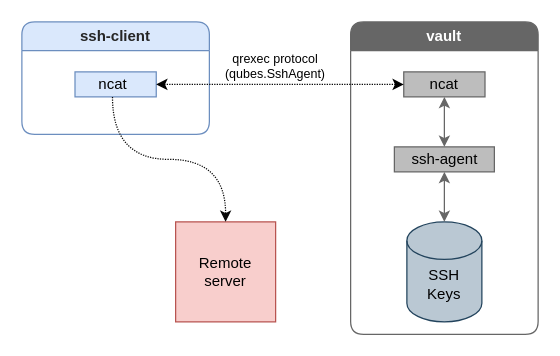
This is split-ssh3.drawio from ephemer4l/qubes-splitssh-diagram, a draw.io file, before an edit. Source tidied: cells renumbered, new cells numbered last; positions are measured from the earlier drawing's top-left corner, leaving out a move shared by most shapes. Both pictures are drawn from the tidied source at 125%, with x=0, y=0 at pixel (21, 21).
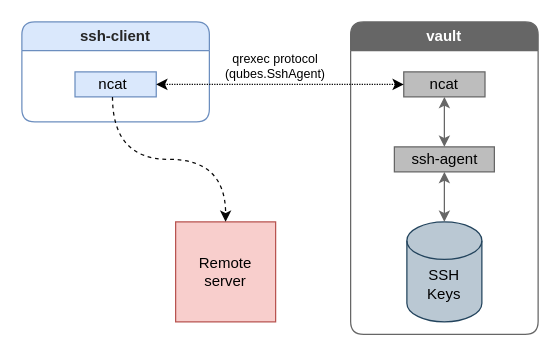
Above is the later version.

Diff of the diagram source:
```diff
@@
 <mxGraphModel background="#ffffff">
   <root>
     <mxCell id="0" />
     <mxCell id="1" parent="0" />
     <mxCell id="2" value="vault" style="swimlane;whiteSpace=wrap;html=1;rounded=1;shadow=0;glass=0;comic=0;startSize=23;swimlaneFillColor=#ffffff;fontColor=#ffffff;fillColor=#666666;strokeColor=#666666;" parent="1" vertex="1">
       <mxGeometry x="263" width="150" height="250" as="geometry" />
     </mxCell>
     <mxCell id="3" style="shape=cylinder3;whiteSpace=wrap;html=1;boundedLbl=1;backgroundOutline=1;size=15;rounded=0;glass=0;comic=0;strokeColor=#23445d;strokeWidth=1;fillColor=#bac8d3;" parent="2" vertex="1">
       <mxGeometry x="45" y="160" width="60" height="80" as="geometry" />
     </mxCell>
     <mxCell id="4" style="rounded=0;whiteSpace=wrap;html=1;glass=0;comic=0;strokeWidth=1;fillColor=#BDBDBD;strokeColor=#666666;" parent="2" vertex="1">
       <mxGeometry x="42.5" y="40" width="65" height="20" as="geometry" />
     </mxCell>
     <mxCell id="5" style="rounded=0;whiteSpace=wrap;html=1;glass=0;comic=0;strokeWidth=1;fillColor=#BDBDBD;strokeColor=#666666;" parent="2" vertex="1">
       <mxGeometry x="35" y="100" width="80" height="20" as="geometry" />
     </mxCell>
     <mxCell id="6" style="endArrow=classic;startArrow=classic;html=1;entryX=0.5;entryY=1;entryDx=0;entryDy=0;exitX=0.5;exitY=0;exitDx=0;exitDy=0;exitPerimeter=0;strokeColor=#666666;" parent="2" edge="1" source="3" target="5">
       <mxGeometry relative="1" as="geometry" />
     </mxCell>
     <mxCell id="7" value="&lt;div&gt;ssh-agent&lt;/div&gt;" style="text;html=1;strokeColor=none;fillColor=none;align=center;verticalAlign=middle;whiteSpace=wrap;rounded=0;glass=0;comic=0;" parent="2" vertex="1">
       <mxGeometry x="42.5" y="100" width="65" height="20" as="geometry" />
     </mxCell>
     <mxCell id="8" style="endArrow=classic;startArrow=classic;html=1;strokeColor=#666666;entryX=0.5;entryY=1;entryDx=0;entryDy=0;exitX=0.5;exitY=0;exitDx=0;exitDy=0;" parent="2" edge="1" source="7" target="4">
       <mxGeometry relative="1" as="geometry" />
     </mxCell>
     <mxCell id="9" value="&lt;div&gt;SSH Keys&lt;/div&gt;" style="text;html=1;strokeColor=none;fillColor=none;align=center;verticalAlign=middle;whiteSpace=wrap;rounded=0;glass=0;comic=0;" parent="2" vertex="1">
       <mxGeometry x="55" y="200" width="40" height="20" as="geometry" />
     </mxCell>
     <mxCell id="10" value="ncat" style="text;html=1;strokeColor=none;fillColor=none;align=center;verticalAlign=middle;whiteSpace=wrap;rounded=0;glass=0;comic=0;" parent="2" vertex="1">
       <mxGeometry x="55" y="40" width="40" height="20" as="geometry" />
     </mxCell>
     <mxCell id="11" value="&lt;font color=&quot;#262626&quot;&gt;ssh-client&lt;/font&gt;" style="swimlane;whiteSpace=wrap;html=1;rounded=1;shadow=0;glass=0;comic=0;strokeColor=#6c8ebf;fillColor=#dae8fc;startSize=23;swimlaneFillColor=#ffffff;" parent="1" vertex="1">
-      <mxGeometry width="150" height="90" as="geometry" />
+      <mxGeometry width="150" height="80" as="geometry" />
     </mxCell>
     <mxCell id="12" style="rounded=0;whiteSpace=wrap;html=1;glass=0;comic=0;strokeWidth=1;fillColor=#dae8fc;strokeColor=#6c8ebf;" parent="11" vertex="1">
       <mxGeometry x="42.5" y="40" width="65" height="20" as="geometry" />
     </mxCell>
     <mxCell id="13" value="ncat" style="text;html=1;strokeColor=none;fillColor=none;align=center;verticalAlign=middle;whiteSpace=wrap;rounded=0;glass=0;comic=0;" parent="11" vertex="1">
       <mxGeometry x="42.5" y="40" width="60" height="20" as="geometry" />
     </mxCell>
     <mxCell id="14" value="&lt;div style=&quot;font-size: 10px&quot;&gt;&lt;font style=&quot;font-size: 10px&quot;&gt;qrexec protocol&lt;/font&gt;&lt;/div&gt;&lt;div style=&quot;font-size: 10px&quot;&gt;&lt;font style=&quot;font-size: 10px&quot;&gt;(qubes.SshAgent)&lt;br&gt;&lt;/font&gt;&lt;/div&gt;" style="text;html=1;strokeColor=none;fillColor=none;align=center;verticalAlign=middle;whiteSpace=wrap;rounded=0;glass=0;comic=0;" parent="1" vertex="1">
       <mxGeometry x="183" y="30" width="40" height="10" as="geometry" />
     </mxCell>
     <mxCell id="15" style="whiteSpace=wrap;html=1;rounded=0;glass=0;comic=0;strokeColor=#b85450;strokeWidth=1;fillColor=#f8cecc;" parent="1" vertex="1">
       <mxGeometry x="123" y="160" width="80" height="80" as="geometry" />
     </mxCell>
     <mxCell id="16" style="endArrow=classic;startArrow=classic;html=1;entryX=0;entryY=0.5;entryDx=0;entryDy=0;dashed=1;dashPattern=1 1;exitX=1;exitY=0.5;exitDx=0;exitDy=0;" parent="1" edge="1" source="12" target="4">
       <mxGeometry relative="1" as="geometry" />
     </mxCell>
     <mxCell id="17" value="Remote server" style="text;html=1;strokeColor=none;fillColor=none;align=center;verticalAlign=middle;whiteSpace=wrap;rounded=0;glass=0;comic=0;" parent="1" vertex="1">
       <mxGeometry x="143" y="190" width="40" height="20" as="geometry" />
     </mxCell>
-    <mxCell id="18" style="edgeStyle=orthogonalEdgeStyle;rounded=0;jettySize=auto;html=1;exitX=0.5;exitY=1;exitDx=0;exitDy=0;entryX=0.5;entryY=0;entryDx=0;entryDy=0;strokeColor=#080808;curved=1;dashed=1;dashPattern=1 1;" parent="1" edge="1" source="13" target="15">
+    <mxCell id="18" style="edgeStyle=orthogonalEdgeStyle;rounded=0;jettySize=auto;html=1;exitX=0.5;exitY=1;exitDx=0;exitDy=0;entryX=0.5;entryY=0;entryDx=0;entryDy=0;strokeColor=#080808;curved=1;dashed=1;" parent="1" edge="1" source="13" target="15">
       <mxGeometry relative="1" as="geometry" />
     </mxCell>
   </root>
 </mxGraphModel>
```
